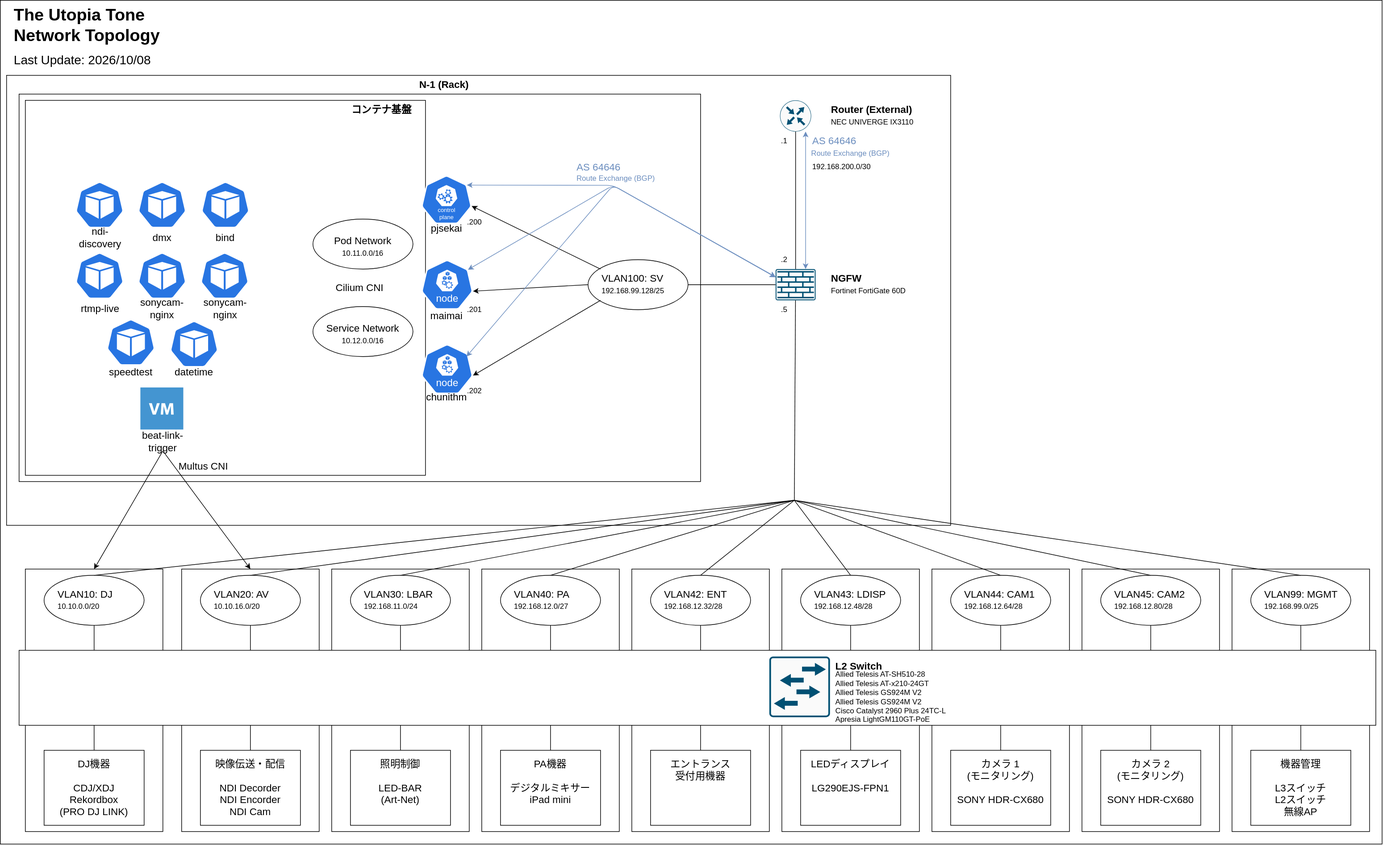
The draw.io diagram network/topology.drawio.svg in TechnoTUT/Infra, before a commit. Source tidied: cells renumbered, new cells last; positions are measured from the earlier drawing's top-left corner, leaving out a move shared by most shapes.
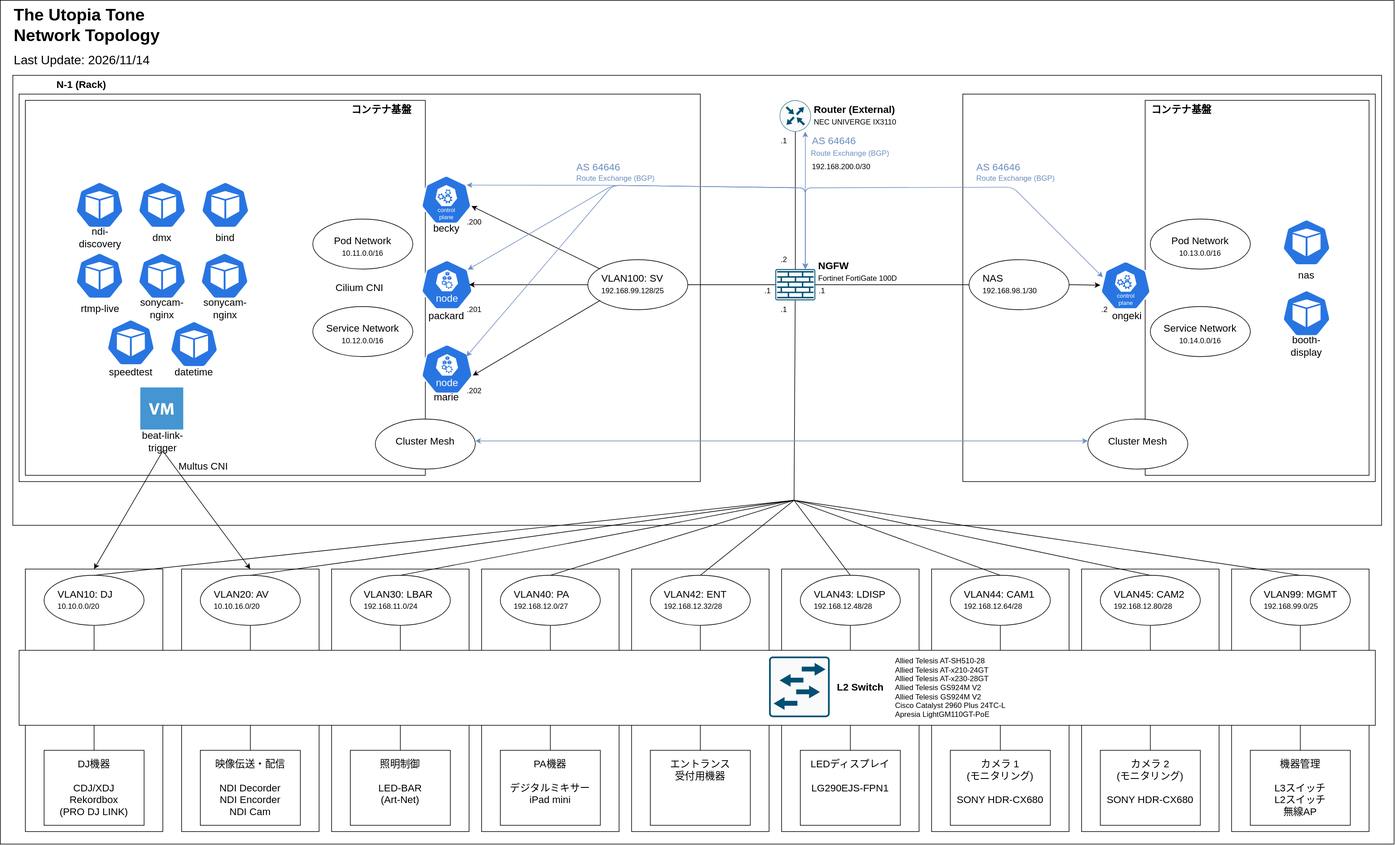
After the change.

Commit message:
network: update the topology and wire drawio diagrams

Diff of the diagram source:
```diff
@@ -3,10 +3,10 @@
     <mxCell id="0" />
     <mxCell id="1" parent="0" />
     <mxCell id="2" style="rounded=0;whiteSpace=wrap;html=1;" parent="1" vertex="1">
-      <mxGeometry width="2210" height="1350" as="geometry" />
+      <mxGeometry width="2230" height="1350" as="geometry" />
     </mxCell>
     <mxCell id="3" style="rounded=0;whiteSpace=wrap;html=1;" parent="1" vertex="1">
-      <mxGeometry x="10" y="120" width="1510" height="720" as="geometry" />
+      <mxGeometry x="20" y="120" width="2190" height="720" as="geometry" />
     </mxCell>
     <mxCell id="4" style="rounded=0;whiteSpace=wrap;html=1;" parent="1" vertex="1">
       <mxGeometry x="1490" y="910" width="220" height="420" as="geometry" />
@@ -53,7 +53,7 @@
       <mxGeometry relative="1" as="geometry" />
     </mxCell>
     <mxCell id="18" style="group;" parent="1" vertex="1">
-      <mxGeometry x="1327" y="160" width="160" height="50" as="geometry" />
+      <mxGeometry x="1300" y="160" width="160" height="50" as="geometry" />
     </mxCell>
     <mxCell id="19" value="NEC UNIVERGE IX3110" style="text;html=1;align=left;verticalAlign=middle;whiteSpace=wrap;rounded=0;" parent="18" vertex="1">
       <mxGeometry y="20" width="160" height="30" as="geometry" />
@@ -62,9 +62,9 @@
       <mxGeometry width="160" height="30" as="geometry" />
     </mxCell>
     <mxCell id="21" style="group;" parent="1" vertex="1">
-      <mxGeometry x="1327" y="430" width="160" height="50" as="geometry" />
+      <mxGeometry x="1307" y="410" width="160" height="50" as="geometry" />
     </mxCell>
-    <mxCell id="22" value="Fortinet FortiGate 60D" style="text;html=1;align=left;verticalAlign=middle;whiteSpace=wrap;rounded=0;" parent="21" vertex="1">
+    <mxCell id="22" value="Fortinet FortiGate 100D" style="text;html=1;align=left;verticalAlign=middle;whiteSpace=wrap;rounded=0;" parent="21" vertex="1">
       <mxGeometry y="20" width="160" height="30" as="geometry" />
     </mxCell>
     <mxCell id="23" value="&lt;b&gt;NGFW&lt;/b&gt;" style="text;html=1;align=left;verticalAlign=middle;whiteSpace=wrap;rounded=0;fontSize=16;" parent="21" vertex="1">
@@ -115,7 +115,7 @@
     <mxCell id="38" value=".200" style="text;html=1;align=left;verticalAlign=middle;whiteSpace=wrap;rounded=0;" parent="1" vertex="1">
       <mxGeometry x="745.4" y="340" width="29.2" height="30" as="geometry" />
     </mxCell>
-    <mxCell id="39" value="pjsekai" style="text;html=1;align=center;verticalAlign=middle;whiteSpace=wrap;rounded=0;fontSize=16;" parent="1" vertex="1">
+    <mxCell id="39" value="becky" style="text;html=1;align=center;verticalAlign=middle;whiteSpace=wrap;rounded=0;fontSize=16;" parent="1" vertex="1">
       <mxGeometry x="673.6" y="350" width="80" height="30" as="geometry" />
     </mxCell>
     <mxCell id="40" style="sketch=0;html=1;dashed=0;whitespace=wrap;verticalLabelPosition=bottom;verticalAlign=top;fillColor=#2875E2;strokeColor=#ffffff;shape=mxgraph.kubernetes.icon2;prIcon=pod;" parent="1" vertex="1">
@@ -154,10 +154,11 @@
     <mxCell id="51" value="コンテナ基盤" style="text;html=1;align=center;verticalAlign=middle;whiteSpace=wrap;rounded=0;fontSize=16;fontStyle=1;" parent="1" vertex="1">
       <mxGeometry x="550" y="160" width="120" height="30" as="geometry" />
     </mxCell>
-    <mxCell id="52" style="edgeStyle=none;html=1;exitX=0.9;exitY=0.2;exitDx=0;exitDy=0;entryX=0;entryY=0.25;entryDx=0;entryDy=0;entryPerimeter=0;startArrow=classic;startFill=1;fillColor=#dae8fc;strokeColor=#6c8ebf;exitPerimeter=0;" parent="1" edge="1" source="24" target="16">
+    <mxCell id="52" style="edgeStyle=none;html=1;exitX=0.9;exitY=0.2;exitDx=0;exitDy=0;entryX=0.75;entryY=0;entryDx=0;entryDy=0;entryPerimeter=0;startArrow=classic;startFill=1;fillColor=#dae8fc;strokeColor=#6c8ebf;exitPerimeter=0;" parent="1" edge="1" source="24" target="16">
       <mxGeometry relative="1" as="geometry">
         <Array as="points">
           <mxPoint x="980" y="296" />
+          <mxPoint x="1288" y="300" />
         </Array>
       </mxGeometry>
     </mxCell>
@@ -181,7 +182,7 @@
     <mxCell id="58" value=".1" style="text;html=1;align=left;verticalAlign=middle;whiteSpace=wrap;rounded=0;" parent="1" vertex="1">
       <mxGeometry x="1247" y="210" width="29.2" height="30" as="geometry" />
     </mxCell>
-    <mxCell id="59" value=".5" style="text;html=1;align=left;verticalAlign=middle;whiteSpace=wrap;rounded=0;" parent="1" vertex="1">
+    <mxCell id="59" value=".1" style="text;html=1;align=left;verticalAlign=middle;whiteSpace=wrap;rounded=0;" parent="1" vertex="1">
       <mxGeometry x="1247" y="480" width="29.2" height="30" as="geometry" />
     </mxCell>
     <mxCell id="60" style="group;" parent="1" vertex="1">
@@ -333,12 +334,12 @@
       <mxGeometry relative="1" as="geometry" />
     </mxCell>
     <mxCell id="106" value="N-1 (Rack)" style="text;html=1;align=center;verticalAlign=middle;whiteSpace=wrap;rounded=0;fontSize=16;fillColor=none;fontStyle=1;" parent="1" vertex="1">
-      <mxGeometry x="650" y="120" width="120" height="30" as="geometry" />
+      <mxGeometry x="70" y="120" width="120" height="30" as="geometry" />
     </mxCell>
     <mxCell id="107" value="The Utopia Tone&lt;br&gt;Network Topology" style="text;html=1;align=left;verticalAlign=middle;whiteSpace=wrap;rounded=0;fontSize=27;fontStyle=1;" parent="1" vertex="1">
       <mxGeometry x="20" y="10" width="280" height="60" as="geometry" />
     </mxCell>
-    <mxCell id="108" value="&lt;span style=&quot;font-weight: normal;&quot;&gt;Last Update: 2026/10/08&lt;/span&gt;" style="text;html=1;align=left;verticalAlign=middle;whiteSpace=wrap;rounded=0;fontSize=20;fontStyle=1;" parent="1" vertex="1">
+    <mxCell id="108" value="&lt;span style=&quot;font-weight: normal;&quot;&gt;Last Update: 2026/11/14&lt;/span&gt;" style="text;html=1;align=left;verticalAlign=middle;whiteSpace=wrap;rounded=0;fontSize=20;fontStyle=1;" parent="1" vertex="1">
       <mxGeometry x="20" y="80" width="280" height="30" as="geometry" />
     </mxCell>
     <mxCell id="109" style="sketch=0;html=1;dashed=0;whitespace=wrap;verticalLabelPosition=bottom;verticalAlign=top;fillColor=#2875E2;strokeColor=#ffffff;points=[[0.005,0.63,0],[0.1,0.2,0],[0.9,0.2,0],[0.5,0,0],[0.995,0.63,0],[0.72,0.99,0],[0.5,1,0],[0.28,0.99,0]];shape=mxgraph.kubernetes.icon2;kubernetesLabel=1;prIcon=node;" parent="1" vertex="1">
@@ -347,34 +348,34 @@
     <mxCell id="110" style="edgeStyle=none;html=1;exitX=0;exitY=1;exitDx=0;exitDy=0;rounded=0;curved=0;entryX=0.995;entryY=0.63;entryDx=0;entryDy=0;entryPerimeter=0;" parent="1" edge="1" source="27" target="109">
       <mxGeometry relative="1" as="geometry" />
     </mxCell>
-    <mxCell id="111" style="edgeStyle=none;html=1;exitX=0;exitY=0.5;exitDx=0;exitDy=0;rounded=0;curved=0;entryX=0.995;entryY=0.63;entryDx=0;entryDy=0;entryPerimeter=0;" parent="1" edge="1" source="26" target="41">
+    <mxCell id="111" style="edgeStyle=none;html=1;exitX=0;exitY=0.5;exitDx=0;exitDy=0;rounded=0;curved=0;entryX=0.924;entryY=0.5;entryDx=0;entryDy=0;entryPerimeter=0;" parent="1" edge="1" source="26" target="41">
       <mxGeometry relative="1" as="geometry" />
     </mxCell>
     <mxCell id="112" value=".201" style="text;html=1;align=left;verticalAlign=middle;whiteSpace=wrap;rounded=0;" parent="1" vertex="1">
       <mxGeometry x="745.4" y="480" width="29.2" height="30" as="geometry" />
     </mxCell>
-    <mxCell id="113" value="maimai" style="text;html=1;align=center;verticalAlign=middle;whiteSpace=wrap;rounded=0;fontSize=16;" parent="1" vertex="1">
+    <mxCell id="113" value="packard" style="text;html=1;align=center;verticalAlign=middle;whiteSpace=wrap;rounded=0;fontSize=16;" parent="1" vertex="1">
       <mxGeometry x="673.6" y="490" width="80" height="30" as="geometry" />
     </mxCell>
     <mxCell id="114" value=".202" style="text;html=1;align=left;verticalAlign=middle;whiteSpace=wrap;rounded=0;" parent="1" vertex="1">
       <mxGeometry x="745.4" y="610" width="29.2" height="30" as="geometry" />
     </mxCell>
-    <mxCell id="115" value="chunithm" style="text;html=1;align=center;verticalAlign=middle;whiteSpace=wrap;rounded=0;fontSize=16;" parent="1" vertex="1">
+    <mxCell id="115" value="marie" style="text;html=1;align=center;verticalAlign=middle;whiteSpace=wrap;rounded=0;fontSize=16;" parent="1" vertex="1">
       <mxGeometry x="673.6" y="620" width="80" height="30" as="geometry" />
     </mxCell>
-    <mxCell id="116" style="edgeStyle=none;html=1;exitX=0.9;exitY=0.2;exitDx=0;exitDy=0;entryX=0;entryY=0.25;entryDx=0;entryDy=0;entryPerimeter=0;startArrow=classic;startFill=1;fillColor=#dae8fc;strokeColor=#6c8ebf;exitPerimeter=0;" parent="1" edge="1" source="41">
+    <mxCell id="116" style="edgeStyle=none;html=1;exitX=0.9;exitY=0.2;exitDx=0;exitDy=0;entryX=0.75;entryY=0;entryDx=0;entryDy=0;entryPerimeter=0;startArrow=classic;startFill=1;fillColor=#dae8fc;strokeColor=#6c8ebf;exitPerimeter=0;" parent="1" edge="1" source="41" target="16">
       <mxGeometry relative="1" as="geometry">
-        <mxPoint x="1240" y="443" as="targetPoint" />
         <Array as="points">
           <mxPoint x="980" y="296" />
+          <mxPoint x="1288" y="300" />
         </Array>
       </mxGeometry>
     </mxCell>
-    <mxCell id="117" style="edgeStyle=none;html=1;exitX=0.871;exitY=0.25;exitDx=0;exitDy=0;entryX=0;entryY=0.25;entryDx=0;entryDy=0;entryPerimeter=0;startArrow=classic;startFill=1;fillColor=#dae8fc;strokeColor=#6c8ebf;exitPerimeter=0;" parent="1" edge="1" source="109">
-      <mxGeometry relative="1" as="geometry">
-        <mxPoint x="1240" y="443" as="targetPoint" />
+    <mxCell id="117" style="edgeStyle=none;html=1;exitX=0.871;exitY=0.25;exitDx=0;exitDy=0;entryX=0.75;entryY=0;entryDx=0;entryDy=0;entryPerimeter=0;startArrow=classic;startFill=1;fillColor=#dae8fc;strokeColor=#6c8ebf;exitPerimeter=0;" parent="1" edge="1" source="109" target="16">
+      <mxGeometry x="-0.17" relative="1" as="geometry">
         <Array as="points">
           <mxPoint x="980" y="296" />
+          <mxPoint x="1288" y="300" />
         </Array>
       </mxGeometry>
     </mxCell>
@@ -461,11 +462,11 @@
     <mxCell id="144" style="sketch=0;verticalLabelPosition=bottom;html=1;verticalAlign=top;align=center;shape=mxgraph.cisco19.rect;prIcon=l2_switch;fillColor=#FAFAFA;strokeColor=#005073;" parent="1" vertex="1">
       <mxGeometry x="1230" y="1050" width="97" height="97" as="geometry" />
     </mxCell>
-    <mxCell id="145" value="Allied Telesis AT-SH510-28&lt;br&gt;Allied Telesis AT-x210-24GT&lt;br&gt;Allied Telesis GS924M V2&lt;br&gt;&lt;span style=&quot;color: rgb(0, 0, 0);&quot;&gt;Allied Telesis GS924M V2&lt;br&gt;Cisco Catalyst 2960 Plus 24TC-L&lt;br&gt;Apresia LightGM110GT-PoE&lt;/span&gt;" style="text;html=1;align=left;verticalAlign=middle;whiteSpace=wrap;rounded=0;" parent="1" vertex="1">
-      <mxGeometry x="1333.5" y="1070" width="190" height="90" as="geometry" />
+    <mxCell id="145" value="Allied Telesis AT-SH510-28&lt;br&gt;Allied Telesis AT-x210-24GT&lt;br&gt;Allied Telesis AT-x230-28GT&lt;br&gt;Allied Telesis GS924M V2&lt;br&gt;&lt;span style=&quot;color: rgb(0, 0, 0);&quot;&gt;Allied Telesis GS924M V2&lt;br&gt;Cisco Catalyst 2960 Plus 24TC-L&lt;br&gt;Apresia LightGM110GT-PoE&lt;/span&gt;" style="text;html=1;align=left;verticalAlign=middle;whiteSpace=wrap;rounded=0;" parent="1" vertex="1">
+      <mxGeometry x="1430" y="1040" width="190" height="120" as="geometry" />
     </mxCell>
     <mxCell id="146" value="L2 Switch" style="text;html=1;align=left;verticalAlign=middle;whiteSpace=wrap;rounded=0;fontSize=16;fontStyle=1;" parent="1" vertex="1">
-      <mxGeometry x="1333.5" y="1050" width="80" height="30" as="geometry" />
+      <mxGeometry x="1337" y="1083.5" width="80" height="30" as="geometry" />
     </mxCell>
     <mxCell id="147" style="edgeStyle=none;html=1;exitX=0.5;exitY=0;exitDx=0;exitDy=0;endArrow=none;endFill=0;" parent="1" edge="1" source="129">
       <mxGeometry relative="1" as="geometry">
@@ -524,5 +525,119 @@
     <mxCell id="163" value="AS 64646" style="text;html=1;align=left;verticalAlign=middle;whiteSpace=wrap;rounded=0;fontColor=#6C8EBF;fontSize=16;" parent="1" vertex="1">
       <mxGeometry x="920" y="252" width="140" height="30" as="geometry" />
     </mxCell>
+    <mxCell id="164" style="rounded=0;whiteSpace=wrap;html=1;" parent="1" vertex="1">
+      <mxGeometry x="1540" y="150" width="660" height="620" as="geometry" />
+    </mxCell>
+    <mxCell id="165" style="rounded=0;whiteSpace=wrap;html=1;" parent="1" vertex="1">
+      <mxGeometry x="1831.8" y="160" width="358.2" height="600" as="geometry" />
+    </mxCell>
+    <mxCell id="166" style="group;" parent="1" vertex="1">
+      <mxGeometry x="1550" y="415" width="180" height="80" as="geometry" />
+    </mxCell>
+    <mxCell id="167" style="ellipse;whiteSpace=wrap;html=1;" parent="166" vertex="1">
+      <mxGeometry width="160" height="80" as="geometry" />
+    </mxCell>
+    <mxCell id="168" value="192.168.98.1/30" style="text;html=1;align=left;verticalAlign=middle;whiteSpace=wrap;rounded=0;" parent="166" vertex="1">
+      <mxGeometry x="20" y="35" width="160" height="30" as="geometry" />
+    </mxCell>
+    <mxCell id="169" value="NAS" style="text;html=1;align=left;verticalAlign=middle;whiteSpace=wrap;rounded=0;fontSize=16;" parent="166" vertex="1">
+      <mxGeometry x="20" y="15" width="120" height="30" as="geometry" />
+    </mxCell>
+    <mxCell id="170" style="edgeStyle=none;html=1;entryX=1;entryY=0.5;entryDx=0;entryDy=0;endArrow=none;endFill=0;entryPerimeter=0;" parent="1" edge="1" source="167" target="16">
+      <mxGeometry relative="1" as="geometry" />
+    </mxCell>
+    <mxCell id="171" style="edgeStyle=none;html=1;" parent="1" edge="1" source="167" target="176">
+      <mxGeometry relative="1" as="geometry" />
+    </mxCell>
+    <mxCell id="172" value=".1" style="text;html=1;align=left;verticalAlign=middle;whiteSpace=wrap;rounded=0;" parent="1" vertex="1">
+      <mxGeometry x="1307.8" y="450" width="29.2" height="30" as="geometry" />
+    </mxCell>
+    <mxCell id="173" value=".1" style="text;html=1;align=left;verticalAlign=middle;whiteSpace=wrap;rounded=0;" parent="1" vertex="1">
+      <mxGeometry x="1220.8" y="450" width="29.2" height="30" as="geometry" />
+    </mxCell>
+    <mxCell id="174" value="ongeki" style="text;html=1;align=center;verticalAlign=middle;whiteSpace=wrap;rounded=0;fontSize=16;" parent="1" vertex="1">
+      <mxGeometry x="1763.3" y="490" width="80" height="30" as="geometry" />
+    </mxCell>
+    <mxCell id="175" value=".2" style="text;html=1;align=left;verticalAlign=middle;whiteSpace=wrap;rounded=0;" parent="1" vertex="1">
+      <mxGeometry x="1760" y="480" width="29.2" height="30" as="geometry" />
+    </mxCell>
+    <mxCell id="176" style="sketch=0;html=1;dashed=0;whitespace=wrap;verticalLabelPosition=bottom;verticalAlign=top;fillColor=#2875E2;strokeColor=#ffffff;points=[[0.005,0.63,0],[0.1,0.2,0],[0.9,0.2,0],[0.5,0,0],[0.995,0.63,0],[0.72,0.99,0],[0.5,1,0],[0.28,0.99,0]];shape=mxgraph.kubernetes.icon2;kubernetesLabel=1;prIcon=control_plane;" parent="1" vertex="1">
+      <mxGeometry x="1760" y="417" width="81.2" height="78" as="geometry" />
+    </mxCell>
+    <mxCell id="177" value="Route Exchange (BGP)" style="text;html=1;align=left;verticalAlign=middle;whiteSpace=wrap;rounded=0;fontColor=#6C8EBF;" parent="1" vertex="1">
+      <mxGeometry x="1560" y="270" width="140" height="30" as="geometry" />
+    </mxCell>
+    <mxCell id="178" value="AS 64646" style="text;html=1;align=left;verticalAlign=middle;whiteSpace=wrap;rounded=0;fontColor=#6C8EBF;fontSize=16;" parent="1" vertex="1">
+      <mxGeometry x="1560" y="252" width="140" height="30" as="geometry" />
+    </mxCell>
+    <mxCell id="179" style="edgeStyle=none;html=1;exitX=0.75;exitY=0;exitDx=0;exitDy=0;entryX=0;entryY=0.25;entryDx=0;entryDy=0;entryPerimeter=0;startArrow=classic;startFill=1;fillColor=#dae8fc;strokeColor=#6c8ebf;exitPerimeter=0;" parent="1" edge="1" source="16">
+      <mxGeometry relative="1" as="geometry">
+        <mxPoint x="1764" y="443" as="targetPoint" />
+        <Array as="points">
+          <mxPoint x="1288" y="300" />
+          <mxPoint x="1620" y="299" />
+        </Array>
+      </mxGeometry>
+    </mxCell>
+    <mxCell id="180" value="コンテナ基盤" style="text;html=1;align=center;verticalAlign=middle;whiteSpace=wrap;rounded=0;fontSize=16;fontStyle=1;" parent="1" vertex="1">
+      <mxGeometry x="1830" y="160" width="120" height="30" as="geometry" />
+    </mxCell>
+    <mxCell id="181" style="group;" parent="1" vertex="1">
+      <mxGeometry x="1930" y="350" width="180" height="90" as="geometry" />
+    </mxCell>
+    <mxCell id="182" style="ellipse;whiteSpace=wrap;html=1;" parent="181" vertex="1">
+      <mxGeometry x="-90" width="160" height="80" as="geometry" />
+    </mxCell>
+    <mxCell id="183" value="10.13.0.0/16" style="text;html=1;align=center;verticalAlign=middle;whiteSpace=wrap;rounded=0;" parent="181" vertex="1">
+      <mxGeometry x="-90" y="40" width="160" height="30" as="geometry" />
+    </mxCell>
+    <mxCell id="184" value="&lt;span style=&quot;color: rgb(0, 0, 0);&quot;&gt;Pod Network&lt;/span&gt;" style="text;html=1;align=center;verticalAlign=middle;whiteSpace=wrap;rounded=0;fontSize=16;" parent="181" vertex="1">
+      <mxGeometry x="-90" y="20" width="160" height="30" as="geometry" />
+    </mxCell>
+    <mxCell id="185" style="group;" parent="1" vertex="1">
+      <mxGeometry x="1930" y="490" width="180" height="80" as="geometry" />
+    </mxCell>
+    <mxCell id="186" style="ellipse;whiteSpace=wrap;html=1;" parent="185" vertex="1">
+      <mxGeometry x="-90" width="160" height="80" as="geometry" />
+    </mxCell>
+    <mxCell id="187" value="10.14.0.0/16" style="text;html=1;align=center;verticalAlign=middle;whiteSpace=wrap;rounded=0;" parent="185" vertex="1">
+      <mxGeometry x="-90" y="40" width="160" height="30" as="geometry" />
+    </mxCell>
+    <mxCell id="188" value="Service Network" style="text;html=1;align=center;verticalAlign=middle;whiteSpace=wrap;rounded=0;fontSize=16;" parent="185" vertex="1">
+      <mxGeometry x="-90" y="20" width="160" height="30" as="geometry" />
+    </mxCell>
+    <mxCell id="189" value="booth-display" style="text;html=1;align=center;verticalAlign=middle;whiteSpace=wrap;rounded=0;fontSize=16;" parent="1" vertex="1">
+      <mxGeometry x="2050" y="538" width="80" height="30" as="geometry" />
+    </mxCell>
+    <mxCell id="190" style="sketch=0;html=1;dashed=0;whitespace=wrap;verticalLabelPosition=bottom;verticalAlign=top;fillColor=#2875E2;strokeColor=#ffffff;shape=mxgraph.kubernetes.icon2;prIcon=pod;" parent="1" vertex="1">
+      <mxGeometry x="2051.1" y="463.4" width="77.7" height="74.6" as="geometry" />
+    </mxCell>
+    <mxCell id="191" value="nas" style="text;html=1;align=center;verticalAlign=middle;whiteSpace=wrap;rounded=0;fontSize=16;" parent="1" vertex="1">
+      <mxGeometry x="2050" y="424.6" width="80" height="30" as="geometry" />
+    </mxCell>
+    <mxCell id="192" style="sketch=0;html=1;dashed=0;whitespace=wrap;verticalLabelPosition=bottom;verticalAlign=top;fillColor=#2875E2;strokeColor=#ffffff;shape=mxgraph.kubernetes.icon2;prIcon=pod;" parent="1" vertex="1">
+      <mxGeometry x="2051.1" y="350" width="77.7" height="74.6" as="geometry" />
+    </mxCell>
+    <mxCell id="193" style="group;" parent="1" vertex="1">
+      <mxGeometry x="690" y="670" width="180" height="80" as="geometry" />
+    </mxCell>
+    <mxCell id="194" style="ellipse;whiteSpace=wrap;html=1;" parent="193" vertex="1">
+      <mxGeometry x="-90" width="160" height="80" as="geometry" />
+    </mxCell>
+    <mxCell id="195" value="Cluster Mesh" style="text;html=1;align=center;verticalAlign=middle;whiteSpace=wrap;rounded=0;fontSize=16;" parent="193" vertex="1">
+      <mxGeometry x="-90" y="20" width="160" height="30" as="geometry" />
+    </mxCell>
+    <mxCell id="196" style="group;" parent="1" vertex="1">
+      <mxGeometry x="1830" y="670" width="180" height="80" as="geometry" />
+    </mxCell>
+    <mxCell id="197" style="ellipse;whiteSpace=wrap;html=1;" parent="196" vertex="1">
+      <mxGeometry x="-90" width="160" height="80" as="geometry" />
+    </mxCell>
+    <mxCell id="198" value="Cluster Mesh" style="text;html=1;align=center;verticalAlign=middle;whiteSpace=wrap;rounded=0;fontSize=16;" parent="196" vertex="1">
+      <mxGeometry x="-90" y="20" width="160" height="30" as="geometry" />
+    </mxCell>
+    <mxCell id="199" style="edgeStyle=none;html=1;startArrow=classic;startFill=1;fillColor=#dae8fc;strokeColor=#6c8ebf;" parent="1" edge="1" source="195" target="198">
+      <mxGeometry relative="1" as="geometry" />
+    </mxCell>
   </root>
 </mxGraphModel>
```
